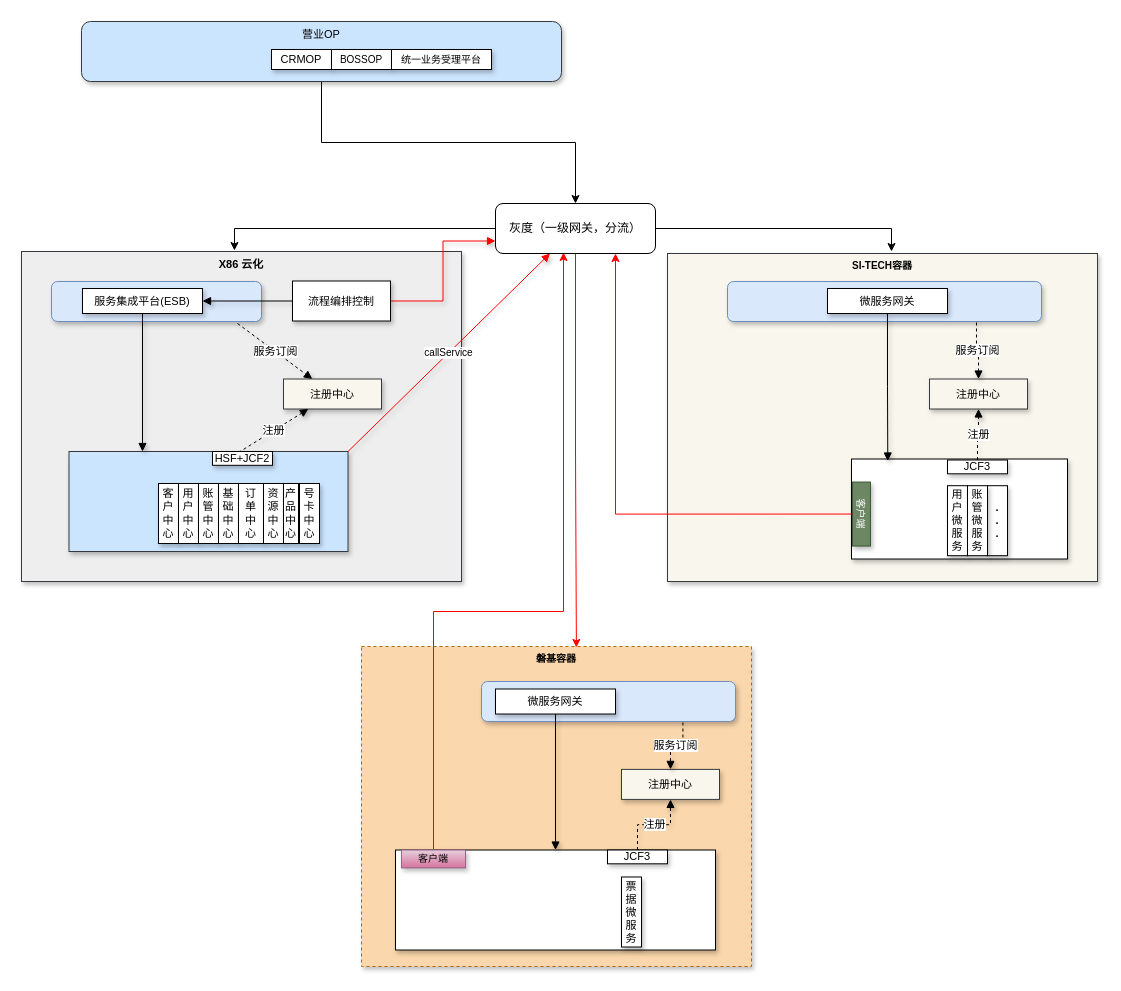
Above: page "安徽移动系统地图" (8 of 9) of 微服务.drawio in qymmdj/draw-io (draw.io), before the change. Source tidied: cells renumbered, new cells numbered last; positions are measured from the earlier drawing's top-left corner, leaving out a move shared by most shapes. Both pictures are drawn from the tidied source at 100%, with x=0, y=0 at pixel (21, 21).
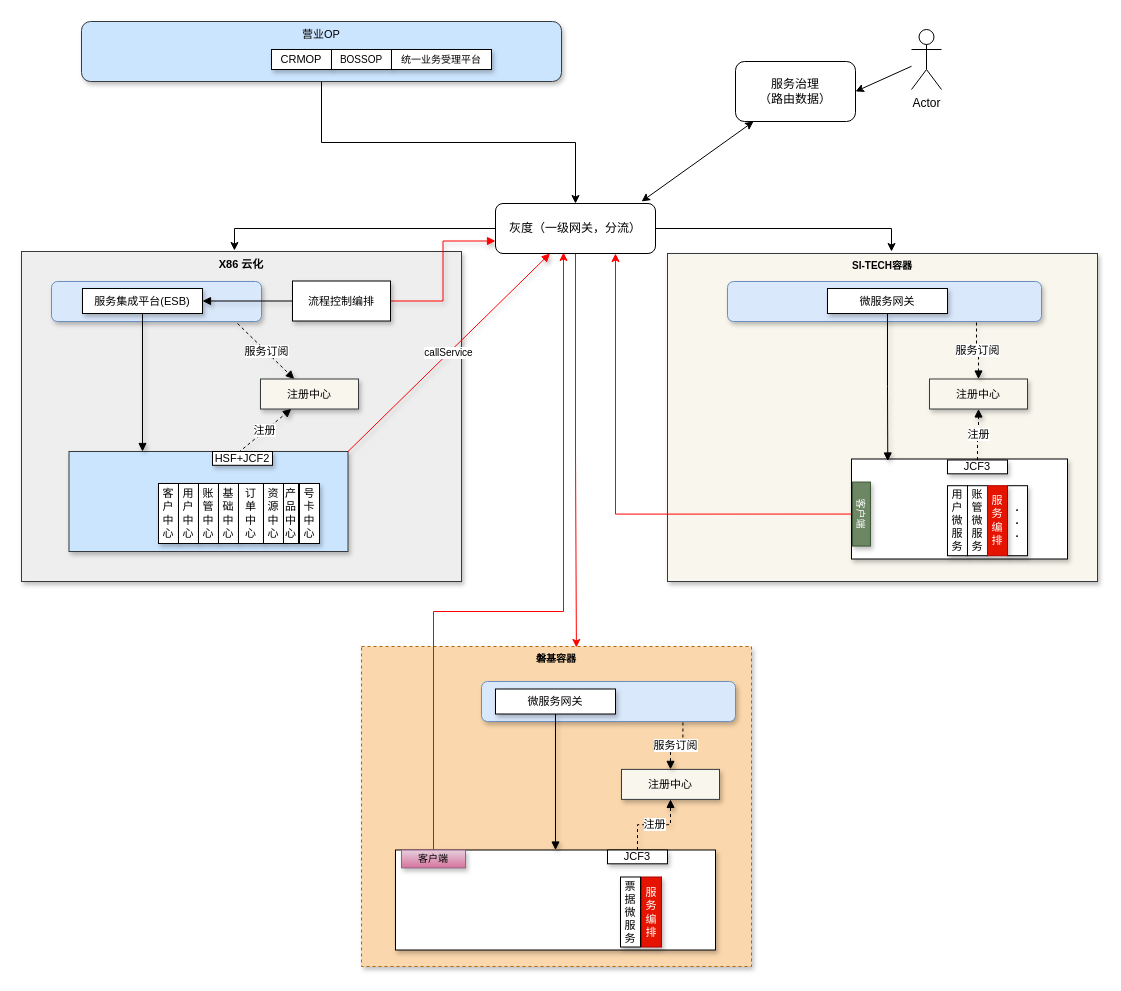
The same diagram, later.

Commit message:
更新微服务.drawio

Unchanged cells that the change refers to:
```xml
<mxCell id="57" value="灰度（一级网关，分流）" style="rounded=1;whiteSpace=wrap;html=1;" parent="1" vertex="1">
  <mxGeometry x="474" y="182" width="160" height="50" as="geometry" />
</mxCell>
```

The edit, as a diff of the source:
```diff
@@
     <mxCell id="23" value="注册中心" style="rounded=0;whiteSpace=wrap;html=1;shadow=1;fontSize=11;fillColor=#f9f7ed;strokeColor=#36393d;" parent="1" vertex="1">
-      <mxGeometry x="262" y="357.5" width="98" height="30" as="geometry" />
+      <mxGeometry x="239" y="357.5" width="98" height="30" as="geometry" />
     </mxCell>
@@
-    <mxCell id="28" value="流程编排控制" style="rounded=0;whiteSpace=wrap;html=1;shadow=1;fontSize=11;" parent="1" vertex="1">
+    <mxCell id="28" value="流程控制编排" style="rounded=0;whiteSpace=wrap;html=1;shadow=1;fontSize=11;" parent="1" vertex="1">
       <mxGeometry x="271" y="259.5" width="98" height="40" as="geometry" />
     </mxCell>
@@
     <mxCell id="35" value="&lt;b&gt;.&lt;br&gt;.&lt;br&gt;.&lt;/b&gt;" style="rounded=0;whiteSpace=wrap;html=1;shadow=1;fontSize=11;" parent="1" vertex="1">
-      <mxGeometry x="966" y="464.2" width="20" height="70" as="geometry" />
+      <mxGeometry x="986" y="464.2" width="20" height="70" as="geometry" />
     </mxCell>
@@
     <mxCell id="47" value="票据微服务" style="rounded=0;whiteSpace=wrap;html=1;shadow=1;fontSize=11;" parent="1" vertex="1">
-      <mxGeometry x="600" y="855.5" width="20" height="70" as="geometry" />
+      <mxGeometry x="599" y="855.5" width="20" height="70" as="geometry" />
     </mxCell>
@@
+    <mxCell id="58" value="服务编排" style="rounded=0;whiteSpace=wrap;html=1;shadow=1;fontSize=11;fillColor=#e51400;fontColor=#ffffff;strokeColor=#B20000;" parent="1" vertex="1">
+      <mxGeometry x="966" y="464.2" width="20" height="70" as="geometry" />
+    </mxCell>
+    <mxCell id="59" value="服务编排" style="rounded=0;whiteSpace=wrap;html=1;shadow=1;fontSize=11;fillColor=#e51400;fontColor=#ffffff;strokeColor=#B20000;" parent="1" vertex="1">
+      <mxGeometry x="620" y="855.5" width="20" height="70" as="geometry" />
+    </mxCell>
+    <mxCell id="60" style="rounded=0;jettySize=auto;html=1;entryX=1;entryY=0.5;entryDx=0;entryDy=0;strokeColor=#000000;" parent="1" edge="1" source="61" target="63">
+      <mxGeometry relative="1" as="geometry" />
+    </mxCell>
+    <mxCell id="61" value="Actor" style="shape=umlActor;verticalLabelPosition=bottom;verticalAlign=top;html=1;outlineConnect=0;" parent="1" vertex="1">
+      <mxGeometry x="890" y="8" width="30" height="60" as="geometry" />
+    </mxCell>
+    <mxCell id="62" style="edgeStyle=none;rounded=0;jettySize=auto;html=1;entryX=0.913;entryY=-0.04;entryDx=0;entryDy=0;entryPerimeter=0;strokeColor=#000000;startArrow=classic;startFill=1;" parent="1" edge="1" source="63" target="57">
+      <mxGeometry relative="1" as="geometry" />
+    </mxCell>
+    <mxCell id="63" value="服务治理&lt;br&gt;（路由数据）" style="rounded=1;whiteSpace=wrap;html=1;" parent="1" vertex="1">
+      <mxGeometry x="714" y="40" width="120" height="60" as="geometry" />
+    </mxCell>
```
